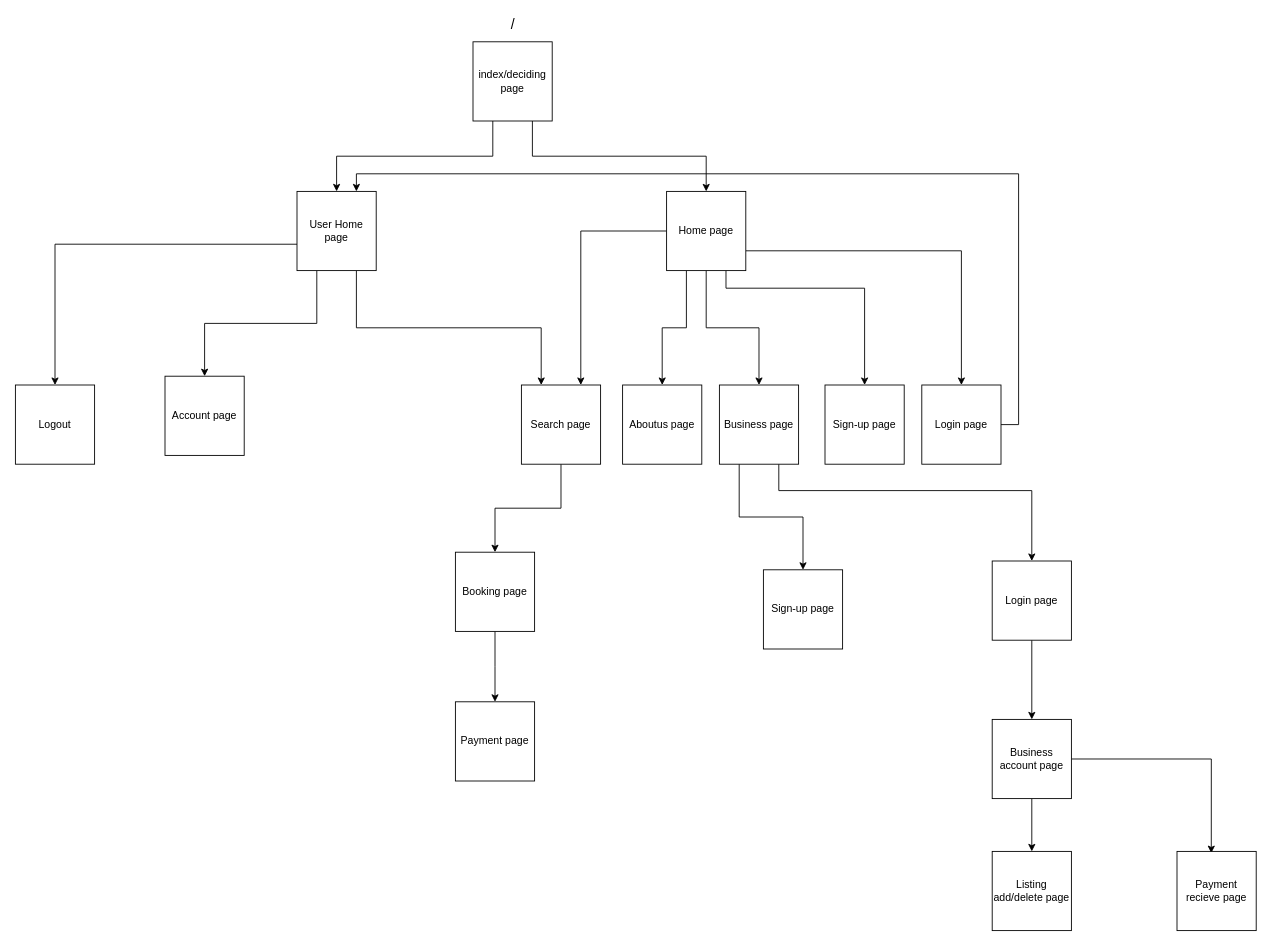
PCMasterRace007/ER keeps this draw.io diagram as CONNECTION.drawio. Above is the earlier version. Source tidied: cells renumbered, new cells numbered last; positions are measured from the earlier drawing's top-left corner, leaving out a move shared by most shapes. Both pictures are drawn from the tidied source at 88%, with x=0, y=0 at pixel (15, 15).
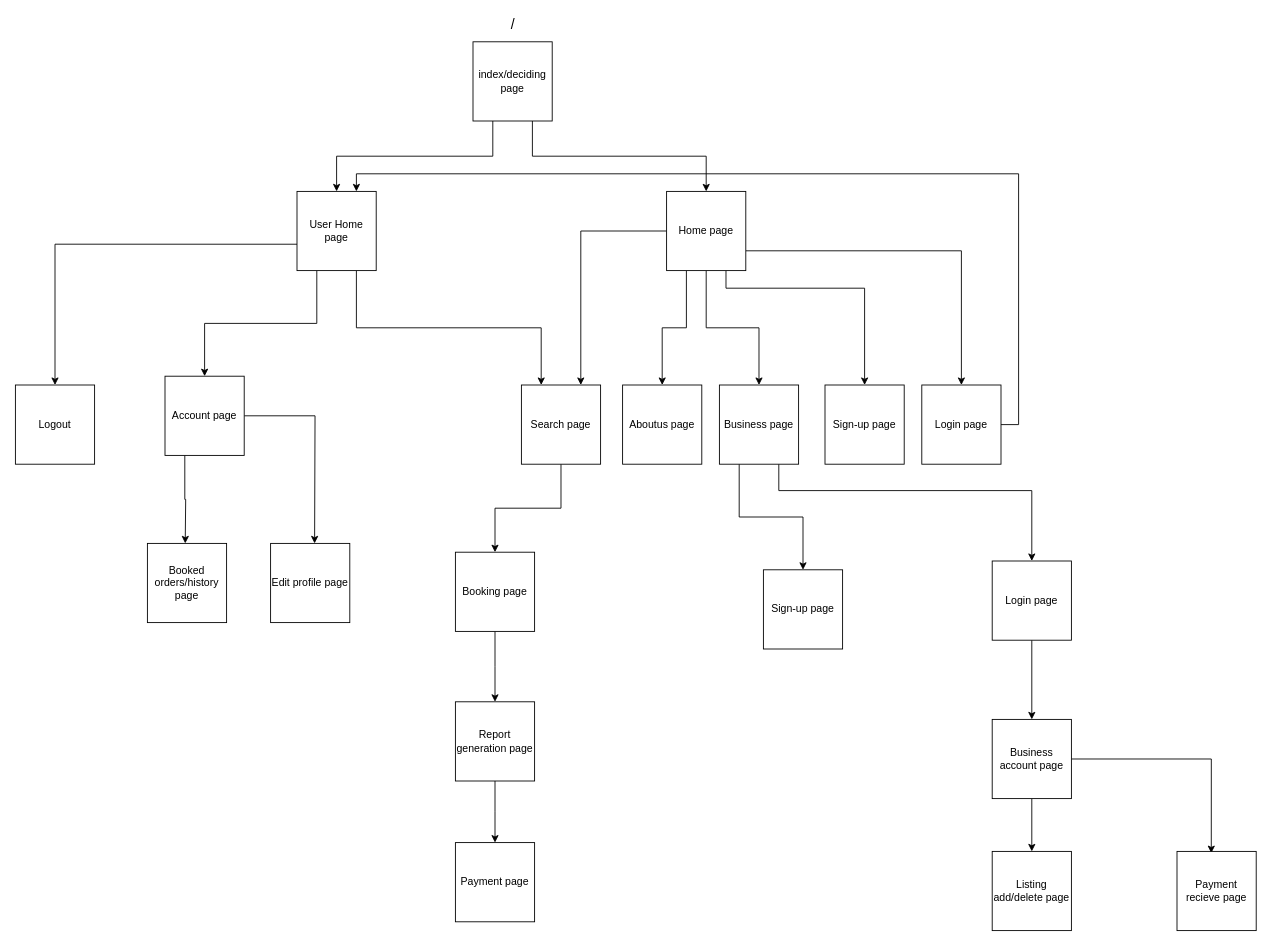
After the change.

The change refers to these unchanged cells:
```xml
<mxCell id="26" value="Account page" style="whiteSpace=wrap;html=1;" parent="1" vertex="1">
  <mxGeometry x="170" y="410" width="90" height="90" as="geometry" />
</mxCell>
```

Diff of the diagram source:
```diff
@@
+    <mxCell id="38" style="edgeStyle=orthogonalEdgeStyle;rounded=0;jettySize=auto;html=1;exitX=0.25;exitY=1;exitDx=0;exitDy=0;fontSize=16;" parent="1" edge="1" source="26">
+      <mxGeometry relative="1" as="geometry">
+        <mxPoint x="193" y="600" as="targetPoint" />
+      </mxGeometry>
+    </mxCell>
+    <mxCell id="39" style="edgeStyle=orthogonalEdgeStyle;rounded=0;jettySize=auto;html=1;exitX=1;exitY=0.5;exitDx=0;exitDy=0;fontSize=16;" parent="1" edge="1" source="26">
+      <mxGeometry relative="1" as="geometry">
+        <mxPoint x="340" y="600" as="targetPoint" />
+      </mxGeometry>
+    </mxCell>
@@
+    <mxCell id="40" style="edgeStyle=orthogonalEdgeStyle;rounded=0;jettySize=auto;html=1;fontSize=16;" parent="1" edge="1" source="29">
+      <mxGeometry relative="1" as="geometry">
+        <mxPoint x="545" y="940" as="targetPoint" />
+      </mxGeometry>
+    </mxCell>
-    <mxCell id="29" value="Payment page" style="whiteSpace=wrap;html=1;" parent="1" vertex="1">
+    <mxCell id="29" value="Report generation page" style="whiteSpace=wrap;html=1;" parent="1" vertex="1">
       <mxGeometry x="500" y="780" width="90" height="90" as="geometry" />
     </mxCell>
@@
+    <mxCell id="41" value="Booked orders/history page" style="whiteSpace=wrap;html=1;" parent="1" vertex="1">
+      <mxGeometry x="150" y="600" width="90" height="90" as="geometry" />
+    </mxCell>
+    <mxCell id="42" value="Edit profile page" style="whiteSpace=wrap;html=1;" parent="1" vertex="1">
+      <mxGeometry x="290" y="600" width="90" height="90" as="geometry" />
+    </mxCell>
+    <mxCell id="43" value="Payment page" style="whiteSpace=wrap;html=1;" parent="1" vertex="1">
+      <mxGeometry x="500" y="940" width="90" height="90" as="geometry" />
+    </mxCell>
```
